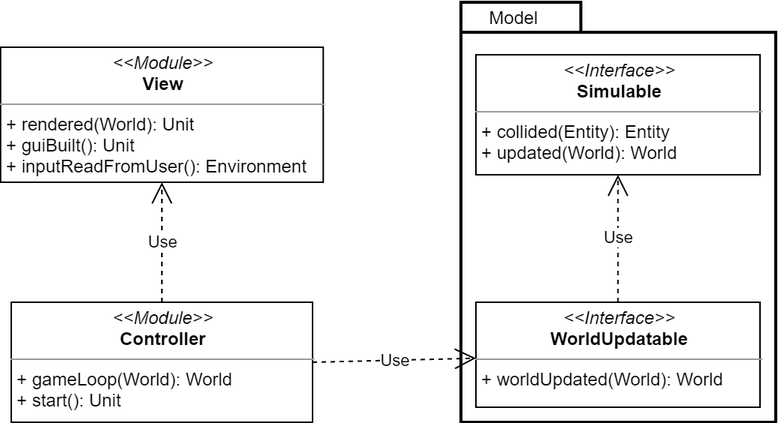
Earlier version of the draw.io export doc/report/img/MainArchitecture.png (danielegiulianini/evo-sim). Source tidied: cells renumbered, new cells last; positions are measured from the earlier drawing's top-left corner, leaving out a move shared by most shapes.
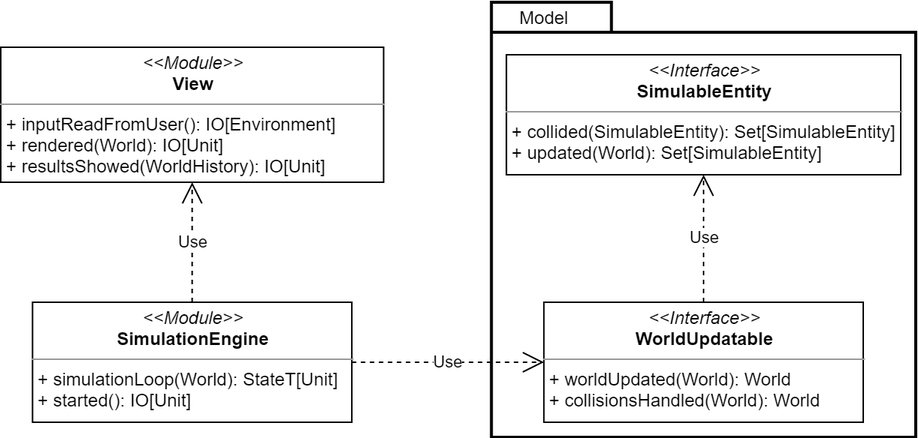
The same diagram one commit later.

Commit message:
Update development process, requirements and architecture design sections of the report

What changed in the source:
```diff
@@ -1,32 +1,32 @@
 <mxGraphModel>
   <root>
-    <mxCell id="0" />
-    <mxCell id="1" parent="0" />
-    <mxCell id="2" style="shape=folder;tabWidth=80;tabHeight=20;tabPosition=left;strokeWidth=2;html=1;whiteSpace=wrap;align=center;" parent="1" vertex="1">
-      <mxGeometry x="307" width="210" height="280" as="geometry" />
-    </mxCell>
-    <mxCell id="3" value="&lt;p style=&quot;margin: 0px ; margin-top: 4px ; text-align: center&quot;&gt;&lt;i&gt;&amp;lt;&amp;lt;Module&amp;gt;&amp;gt;&lt;/i&gt;&lt;br&gt;&lt;b&gt;Controller&lt;/b&gt;&lt;/p&gt;&lt;hr size=&quot;1&quot;&gt;&lt;p style=&quot;margin: 0px ; margin-left: 4px&quot;&gt;+ gameLoop(World): World&lt;br&gt;+ start(): Unit&lt;/p&gt;" style="verticalAlign=top;align=left;overflow=fill;fontSize=12;fontFamily=Helvetica;html=1;" parent="1" vertex="1">
-      <mxGeometry x="7" y="200" width="201" height="80" as="geometry" />
-    </mxCell>
-    <mxCell id="4" value="&lt;p style=&quot;margin: 0px ; margin-top: 4px ; text-align: center&quot;&gt;&lt;i&gt;&amp;lt;&amp;lt;Interface&amp;gt;&amp;gt;&lt;/i&gt;&lt;br&gt;&lt;b&gt;Simulable&lt;/b&gt;&lt;/p&gt;&lt;hr size=&quot;1&quot;&gt;&lt;p style=&quot;margin: 0px ; margin-left: 4px&quot;&gt;+ collided(Entity): Entity&lt;br&gt;+ updated(World&lt;span&gt;): World&lt;/span&gt;&lt;/p&gt;" style="verticalAlign=top;align=left;overflow=fill;fontSize=12;fontFamily=Helvetica;html=1;" parent="1" vertex="1">
-      <mxGeometry x="317" y="35" width="189.5" height="80" as="geometry" />
-    </mxCell>
+    <mxCell id="11" />
+    <mxCell id="12" parent="11" />
+    <mxCell id="13" style="shape=folder;tabWidth=80;tabHeight=20;tabPosition=left;strokeWidth=2;html=1;whiteSpace=wrap;align=center;" parent="12" vertex="1">
+      <mxGeometry x="307" width="282.9" height="290" as="geometry" />
+    </mxCell>
+    <mxCell id="14" value="&lt;p style=&quot;margin: 0px ; margin-top: 4px ; text-align: center&quot;&gt;&lt;i&gt;&amp;lt;&amp;lt;Module&amp;gt;&amp;gt;&lt;/i&gt;&lt;br&gt;&lt;b&gt;SimulationEngine&lt;/b&gt;&lt;/p&gt;&lt;hr size=&quot;1&quot;&gt;&lt;p style=&quot;margin: 0px ; margin-left: 4px&quot;&gt;+ simulationLoop(World): StateT[Unit]&lt;br&gt;+ started(): IO[Unit]&lt;/p&gt;" style="verticalAlign=top;align=left;overflow=fill;fontSize=12;fontFamily=Helvetica;html=1;" parent="12" vertex="1">
+      <mxGeometry x="1.1" y="200" width="212.9" height="80" as="geometry" />
+    </mxCell>
+    <mxCell id="15" value="&lt;p style=&quot;margin: 0px ; margin-top: 4px ; text-align: center&quot;&gt;&lt;i&gt;&amp;lt;&amp;lt;Interface&amp;gt;&amp;gt;&lt;/i&gt;&lt;br&gt;&lt;b&gt;SimulableEntity&lt;/b&gt;&lt;/p&gt;&lt;hr size=&quot;1&quot;&gt;&lt;p style=&quot;margin: 0px ; margin-left: 4px&quot;&gt;+ collided(SimulableEntity): Set[SimulableEntity]&lt;br&gt;+ updated(World&lt;span&gt;): Set[SimulableEntity]&lt;/span&gt;&lt;/p&gt;" style="verticalAlign=top;align=left;overflow=fill;fontSize=12;fontFamily=Helvetica;html=1;" parent="12" vertex="1">
+      <mxGeometry x="317" y="35" width="262.9" height="80" as="geometry" />
+    </mxCell>
-    <mxCell id="5" value="Use" style="endArrow=open;endSize=12;dashed=1;html=1;strokeWidth=1;exitX=1;exitY=0.5;exitDx=0;exitDy=0;" parent="1" edge="1" source="3" target="9">
+    <mxCell id="5" value="Use" style="endArrow=open;endSize=12;dashed=1;html=1;strokeWidth=1;exitX=1;exitY=0.5;exitDx=0;exitDy=0;" parent="12" edge="1" source="14" target="17">
       <mxGeometry relative="1" as="geometry" />
     </mxCell>
-    <mxCell id="6" value="Use" style="endArrow=open;endSize=12;dashed=1;html=1;strokeWidth=1;entryX=0.5;entryY=1;entryDx=0;entryDy=0;" parent="1" edge="1" source="3" target="7">
+    <mxCell id="6" value="Use" style="endArrow=open;endSize=12;dashed=1;html=1;strokeWidth=1;entryX=0.5;entryY=1;entryDx=0;entryDy=0;" parent="12" edge="1" source="14" target="16">
       <mxGeometry relative="1" as="geometry" />
     </mxCell>
-    <mxCell id="7" value="&lt;p style=&quot;margin: 0px ; margin-top: 4px ; text-align: center&quot;&gt;&lt;i&gt;&amp;lt;&amp;lt;Module&amp;gt;&amp;gt;&lt;/i&gt;&lt;br&gt;&lt;b&gt;View&lt;/b&gt;&lt;/p&gt;&lt;hr size=&quot;1&quot;&gt;&lt;p style=&quot;margin: 0px ; margin-left: 4px&quot;&gt;+ rendered(World): Unit&lt;br&gt;&lt;/p&gt;&lt;p style=&quot;margin: 0px ; margin-left: 4px&quot;&gt;+ guiBuilt(): Unit&lt;/p&gt;&lt;p style=&quot;margin: 0px ; margin-left: 4px&quot;&gt;+ inputReadFromUser(): Environment&lt;/p&gt;" style="verticalAlign=top;align=left;overflow=fill;fontSize=12;fontFamily=Helvetica;html=1;" parent="1" vertex="1">
-      <mxGeometry x="-0.1" y="30" width="215.2" height="90" as="geometry" />
-    </mxCell>
+    <mxCell id="16" value="&lt;p style=&quot;margin: 0px ; margin-top: 4px ; text-align: center&quot;&gt;&lt;i&gt;&amp;lt;&amp;lt;Module&amp;gt;&amp;gt;&lt;/i&gt;&lt;br&gt;&lt;b&gt;View&lt;/b&gt;&lt;/p&gt;&lt;hr size=&quot;1&quot;&gt;&lt;p style=&quot;margin: 0px ; margin-left: 4px&quot;&gt;+ inputReadFromUser(): IO[Environment]&lt;br&gt;&lt;/p&gt;&lt;p style=&quot;margin: 0px ; margin-left: 4px&quot;&gt;+ rendered(World): IO[Unit]&lt;/p&gt;&lt;p style=&quot;margin: 0px ; margin-left: 4px&quot;&gt;+ resultsShowed(WorldHistory): IO[Unit]&lt;/p&gt;&lt;p style=&quot;margin: 0px ; margin-left: 4px&quot;&gt;&lt;br&gt;&lt;/p&gt;" style="verticalAlign=top;align=left;overflow=fill;fontSize=12;fontFamily=Helvetica;html=1;" parent="12" vertex="1">
+      <mxGeometry x="-20.1" y="30" width="255.2" height="90" as="geometry" />
+    </mxCell>
-    <mxCell id="8" value="Model" style="text;html=1;align=center;verticalAlign=middle;" parent="1" vertex="1">
+    <mxCell id="8" value="Model" style="text;html=1;align=center;verticalAlign=middle;" parent="12" vertex="1">
       <mxGeometry x="317" width="50" height="20" as="geometry" />
     </mxCell>
-    <mxCell id="9" value="&lt;p style=&quot;margin: 0px ; margin-top: 4px ; text-align: center&quot;&gt;&lt;i&gt;&amp;lt;&amp;lt;Interface&amp;gt;&amp;gt;&lt;/i&gt;&lt;br&gt;&lt;b&gt;WorldUpdat&lt;/b&gt;&lt;b&gt;able&lt;/b&gt;&lt;/p&gt;&lt;hr size=&quot;1&quot;&gt;&lt;p style=&quot;margin: 0px ; margin-left: 4px&quot;&gt;&lt;span&gt;+ worldUpdated(World): World&lt;/span&gt;&lt;/p&gt;" style="verticalAlign=top;align=left;overflow=fill;fontSize=12;fontFamily=Helvetica;html=1;" parent="1" vertex="1">
-      <mxGeometry x="317" y="200" width="189.5" height="70" as="geometry" />
-    </mxCell>
+    <mxCell id="17" value="&lt;p style=&quot;margin: 0px ; margin-top: 4px ; text-align: center&quot;&gt;&lt;i&gt;&amp;lt;&amp;lt;Interface&amp;gt;&amp;gt;&lt;/i&gt;&lt;br&gt;&lt;b&gt;WorldUpdat&lt;/b&gt;&lt;b&gt;able&lt;/b&gt;&lt;/p&gt;&lt;hr size=&quot;1&quot;&gt;&lt;p style=&quot;margin: 0px ; margin-left: 4px&quot;&gt;&lt;span&gt;+ worldUpdated(World): World&lt;/span&gt;&lt;/p&gt;&lt;p style=&quot;margin: 0px ; margin-left: 4px&quot;&gt;&lt;span&gt;+ collisionsHandled(World): World&lt;/span&gt;&lt;/p&gt;" style="verticalAlign=top;align=left;overflow=fill;fontSize=12;fontFamily=Helvetica;html=1;" parent="12" vertex="1">
+      <mxGeometry x="342" y="200" width="212.9" height="80" as="geometry" />
+    </mxCell>
-    <mxCell id="10" value="Use" style="endArrow=open;endSize=12;dashed=1;html=1;strokeWidth=1;" parent="1" edge="1" source="9" target="4">
+    <mxCell id="10" value="Use" style="endArrow=open;endSize=12;dashed=1;html=1;strokeWidth=1;" parent="12" edge="1" source="17" target="15">
       <mxGeometry relative="1" as="geometry" />
     </mxCell>
   </root>
```
